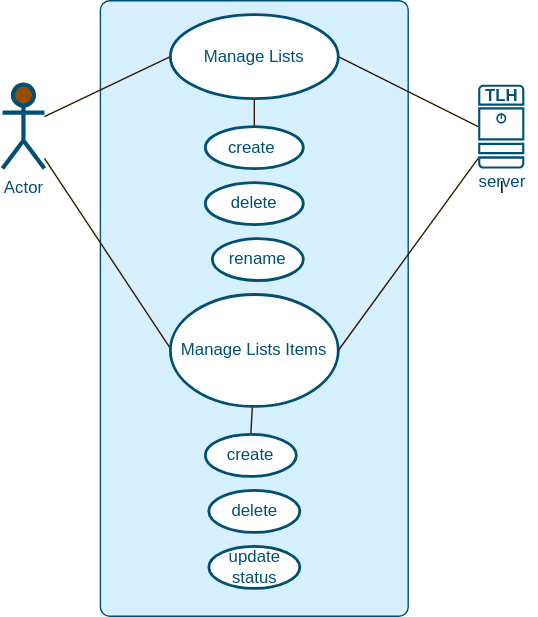
Above: user-model.drawio.svg in Leona-a/the-little-helper (draw.io), before the change. Source tidied: cells renumbered, new cells last; positions are measured from the earlier drawing's top-left corner, leaving out a move shared by most shapes.
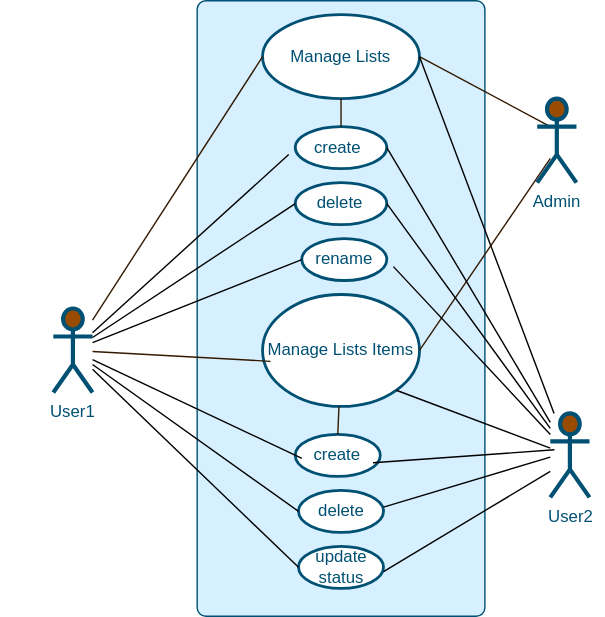
After the change.

Change to the diagram source:
```diff
@@ -2,68 +2,122 @@
   <root>
     <mxCell id="0" />
     <mxCell id="1" parent="0" />
+    <mxCell id="23" style="group;" parent="1" vertex="1">
+      <mxGeometry x="-60" y="30" width="430" height="440" as="geometry" />
+    </mxCell>
-    <mxCell id="2" style="rounded=1;whiteSpace=wrap;html=1;fontFamily=Helvetica;fontSize=12;fontColor=default;fillColor=#D6F0FF;gradientColor=none;strokeColor=#005073;arcSize=3;" parent="1" vertex="1">
-      <mxGeometry x="70" width="220" height="440" as="geometry" />
+    <mxCell id="2" style="rounded=1;whiteSpace=wrap;html=1;fontFamily=Helvetica;fontSize=12;fontColor=default;fillColor=#D6F0FF;gradientColor=none;strokeColor=#005073;arcSize=3;" parent="23" vertex="1">
+      <mxGeometry x="140.2" width="205.7" height="440" as="geometry" />
     </mxCell>
-    <mxCell id="3" style="edgeStyle=none;html=1;entryX=0;entryY=0.5;entryDx=0;entryDy=0;fontSize=12;fontColor=#005073;strokeColor=#331A00;endArrow=none;endFill=0;" parent="1" edge="1" source="5" target="8">
-      <mxGeometry relative="1" as="geometry" />
-    </mxCell>
-    <mxCell id="4" style="edgeStyle=none;shape=connector;rounded=1;html=1;entryX=0.051;entryY=0.597;entryDx=0;entryDy=0;entryPerimeter=0;labelBackgroundColor=default;fontFamily=Helvetica;fontSize=12;fontColor=default;endArrow=none;endFill=0;strokeColor=#331A00;" parent="1" edge="1" source="5" target="14">
-      <mxGeometry relative="1" as="geometry" />
-    </mxCell>
+    <mxCell id="24" style="edgeStyle=none;html=1;strokeColor=#000000;endArrow=none;endFill=0;" parent="23" edge="1" source="5">
+      <mxGeometry relative="1" as="geometry">
+        <mxPoint x="205.7" y="110" as="targetPoint" />
+      </mxGeometry>
+    </mxCell>
-    <mxCell id="5" value="Actor" style="shape=umlActor;verticalLabelPosition=bottom;verticalAlign=top;html=1;outlineConnect=0;strokeColor=#005073;fillColor=#994C00;strokeWidth=3;fontColor=#005073;" parent="1" vertex="1">
-      <mxGeometry y="60" width="30" height="60" as="geometry" />
+    <mxCell id="5" value="User1" style="shape=umlActor;verticalLabelPosition=bottom;verticalAlign=top;html=1;outlineConnect=0;strokeColor=#005073;fillColor=#994C00;strokeWidth=3;fontColor=#005073;" parent="23" vertex="1">
+      <mxGeometry x="37.4" y="220" width="28" height="60" as="geometry" />
     </mxCell>
-    <mxCell id="6" style="edgeStyle=none;shape=connector;rounded=1;html=1;entryX=0;entryY=0.5;entryDx=0;entryDy=0;entryPerimeter=0;labelBackgroundColor=default;fontFamily=Helvetica;fontSize=12;fontColor=#005073;endArrow=none;endFill=0;strokeColor=#331A00;exitX=1;exitY=0.5;exitDx=0;exitDy=0;" parent="1" edge="1" source="8" target="11">
-      <mxGeometry relative="1" as="geometry" />
+    <mxCell id="6" style="edgeStyle=none;shape=connector;rounded=1;html=1;entryX=0;entryY=0.5;entryDx=0;entryDy=0;entryPerimeter=0;labelBackgroundColor=default;fontFamily=Helvetica;fontSize=12;fontColor=#005073;endArrow=none;endFill=0;strokeColor=#331A00;exitX=1;exitY=0.5;exitDx=0;exitDy=0;" parent="23" edge="1" source="8">
+      <mxGeometry relative="1" as="geometry">
+        <mxPoint x="392.6" y="90" as="targetPoint" />
+      </mxGeometry>
     </mxCell>
-    <mxCell id="7" style="edgeStyle=none;shape=connector;rounded=1;html=1;entryX=0.5;entryY=0;entryDx=0;entryDy=0;labelBackgroundColor=default;fontFamily=Helvetica;fontSize=12;fontColor=default;endArrow=none;endFill=0;strokeColor=#331A00;" parent="1" edge="1" source="8" target="16">
-      <mxGeometry relative="1" as="geometry" />
-    </mxCell>
-    <mxCell id="8" value="&lt;font color=&quot;#005073&quot;&gt;Manage Lists&lt;/font&gt;" style="ellipse;whiteSpace=wrap;html=1;fillColor=#ffffff;strokeColor=#005073;strokeWidth=2;" parent="1" vertex="1">
-      <mxGeometry x="120" y="10" width="120" height="60" as="geometry" />
+    <mxCell id="8" value="&lt;font color=&quot;#005073&quot;&gt;Manage Lists&lt;/font&gt;" style="ellipse;whiteSpace=wrap;html=1;fillColor=#ffffff;strokeColor=#005073;strokeWidth=2;" parent="23" vertex="1">
+      <mxGeometry x="187" y="10" width="112.2" height="60" as="geometry" />
     </mxCell>
+    <mxCell id="3" style="edgeStyle=none;html=1;entryX=0;entryY=0.5;entryDx=0;entryDy=0;fontSize=12;fontColor=#005073;strokeColor=#331A00;endArrow=none;endFill=0;" parent="23" edge="1" source="5" target="8">
+      <mxGeometry relative="1" as="geometry" />
+    </mxCell>
-    <mxCell id="9" style="group;fontColor=#005073;" parent="1" vertex="1">
-      <mxGeometry x="340" y="60" width="33" height="60" as="geometry" />
+    <mxCell id="9" style="group;fontColor=#005073;" parent="23" vertex="1">
+      <mxGeometry x="392.6" y="60" width="30.8" height="63" as="geometry" />
     </mxCell>
-    <mxCell id="10" style="group;" parent="9" vertex="1">
-      <mxGeometry width="33" height="60" as="geometry" />
-    </mxCell>
-    <mxCell id="11" value="l" style="sketch=0;points=[[0.015,0.015,0],[0.985,0.015,0],[0.985,0.985,0],[0.015,0.985,0],[0.25,0,0],[0.5,0,0],[0.75,0,0],[1,0.25,0],[1,0.5,0],[1,0.75,0],[0.75,1,0],[0.5,1,0],[0.25,1,0],[0,0.75,0],[0,0.5,0],[0,0.25,0]];verticalLabelPosition=bottom;html=1;verticalAlign=top;align=center;shape=mxgraph.cisco19.server;fillColor=#005073;strokeColor=none;" parent="10" vertex="1">
-      <mxGeometry width="33" height="60" as="geometry" />
-    </mxCell>
-    <mxCell id="12" value="TLH" style="text;html=1;strokeColor=none;fillColor=none;align=center;verticalAlign=middle;whiteSpace=wrap;rounded=0;fontColor=#005073;fontStyle=1;fontSize=12;" parent="10" vertex="1">
-      <mxGeometry x="1.5" y="3" width="30" height="10" as="geometry" />
-    </mxCell>
-    <mxCell id="13" style="edgeStyle=none;shape=connector;rounded=1;html=1;entryX=0.5;entryY=0;entryDx=0;entryDy=0;labelBackgroundColor=default;fontFamily=Helvetica;fontSize=12;fontColor=default;endArrow=none;endFill=0;strokeColor=#331A00;" parent="1" edge="1" source="14" target="19">
-      <mxGeometry relative="1" as="geometry" />
-    </mxCell>
-    <mxCell id="14" value="&lt;font color=&quot;#005073&quot;&gt;Manage Lists Items&lt;/font&gt;" style="ellipse;whiteSpace=wrap;html=1;fillColor=#ffffff;strokeColor=#005073;strokeWidth=2;" parent="1" vertex="1">
-      <mxGeometry x="120" y="210" width="120" height="80" as="geometry" />
+    <mxCell id="14" value="&lt;font color=&quot;#005073&quot;&gt;Manage Lists Items&lt;/font&gt;" style="ellipse;whiteSpace=wrap;html=1;fillColor=#ffffff;strokeColor=#005073;strokeWidth=2;" parent="23" vertex="1">
+      <mxGeometry x="187" y="210" width="112.2" height="80" as="geometry" />
     </mxCell>
+    <mxCell id="4" style="edgeStyle=none;shape=connector;rounded=1;html=1;entryX=0.051;entryY=0.597;entryDx=0;entryDy=0;entryPerimeter=0;labelBackgroundColor=default;fontFamily=Helvetica;fontSize=12;fontColor=default;endArrow=none;endFill=0;strokeColor=#331A00;" parent="23" edge="1" source="5" target="14">
+      <mxGeometry relative="1" as="geometry" />
+    </mxCell>
-    <mxCell id="15" style="edgeStyle=none;shape=connector;rounded=1;html=1;entryX=1;entryY=0.5;entryDx=0;entryDy=0;labelBackgroundColor=default;fontFamily=Helvetica;fontSize=12;fontColor=default;endArrow=none;endFill=0;strokeColor=#331A00;" parent="1" edge="1" source="11" target="14">
-      <mxGeometry relative="1" as="geometry" />
+    <mxCell id="15" style="edgeStyle=none;shape=connector;rounded=1;html=1;entryX=1;entryY=0.5;entryDx=0;entryDy=0;labelBackgroundColor=default;fontFamily=Helvetica;fontSize=12;fontColor=default;endArrow=none;endFill=0;strokeColor=#331A00;" parent="23" edge="1" target="14">
+      <mxGeometry relative="1" as="geometry">
+        <mxPoint x="392.6" y="112.7" as="sourcePoint" />
+      </mxGeometry>
     </mxCell>
-    <mxCell id="16" value="&lt;font color=&quot;#005073&quot;&gt;create&lt;/font&gt;&lt;span style=&quot;color: rgba(0 , 0 , 0 , 0) ; font-family: monospace ; font-size: 0px&quot;&gt;%3CmxGraphModel%3E%3Croot%3E%3CmxCell%20id%3D%220%22%2F%3E%3CmxCell%20id%3D%221%22%20parent%3D%220%22%2F%3E%3CmxCell%20id%3D%222%22%20value%3D%22%26lt%3Bfont%20color%3D%26quot%3B%23005073%26quot%3B%26gt%3BManage%20Lists%26lt%3B%2Ffont%26gt%3B%22%20style%3D%22ellipse%3BwhiteSpace%3Dwrap%3Bhtml%3D1%3BfillColor%3D%23ffffff%3BstrokeColor%3D%23005073%3BstrokeWidth%3D2%3B%22%20vertex%3D%221%22%20parent%3D%221%22%3E%3CmxGeometry%20x%3D%22330%22%20y%3D%22140%22%20width%3D%22120%22%20height%3D%2280%22%20as%3D%22geometry%22%2F%3E%3C%2FmxCell%3E%3C%2Froot%3E%3C%2FmxGraphModel%3E&lt;/span&gt;" style="ellipse;whiteSpace=wrap;html=1;fillColor=#ffffff;strokeColor=#005073;strokeWidth=2;" parent="1" vertex="1">
-      <mxGeometry x="145" y="90" width="70" height="30" as="geometry" />
+    <mxCell id="16" value="&lt;font color=&quot;#005073&quot;&gt;create&lt;/font&gt;&lt;span style=&quot;color: rgba(0 , 0 , 0 , 0) ; font-family: monospace ; font-size: 0px&quot;&gt;%3CmxGraphModel%3E%3Croot%3E%3CmxCell%20id%3D%220%22%2F%3E%3CmxCell%20id%3D%221%22%20parent%3D%220%22%2F%3E%3CmxCell%20id%3D%222%22%20value%3D%22%26lt%3Bfont%20color%3D%26quot%3B%23005073%26quot%3B%26gt%3BManage%20Lists%26lt%3B%2Ffont%26gt%3B%22%20style%3D%22ellipse%3BwhiteSpace%3Dwrap%3Bhtml%3D1%3BfillColor%3D%23ffffff%3BstrokeColor%3D%23005073%3BstrokeWidth%3D2%3B%22%20vertex%3D%221%22%20parent%3D%221%22%3E%3CmxGeometry%20x%3D%22330%22%20y%3D%22140%22%20width%3D%22120%22%20height%3D%2280%22%20as%3D%22geometry%22%2F%3E%3C%2FmxCell%3E%3C%2Froot%3E%3C%2FmxGraphModel%3E&lt;/span&gt;" style="ellipse;whiteSpace=wrap;html=1;fillColor=#ffffff;strokeColor=#005073;strokeWidth=2;" parent="23" vertex="1">
+      <mxGeometry x="210.3" y="90" width="65.4" height="30" as="geometry" />
     </mxCell>
+    <mxCell id="7" style="edgeStyle=none;shape=connector;rounded=1;html=1;entryX=0.5;entryY=0;entryDx=0;entryDy=0;labelBackgroundColor=default;fontFamily=Helvetica;fontSize=12;fontColor=default;endArrow=none;endFill=0;strokeColor=#331A00;" parent="23" edge="1" source="8" target="16">
+      <mxGeometry relative="1" as="geometry" />
+    </mxCell>
-    <mxCell id="17" value="&lt;font color=&quot;#005073&quot;&gt;delete&lt;/font&gt;" style="ellipse;whiteSpace=wrap;html=1;fillColor=#ffffff;strokeColor=#005073;strokeWidth=2;" parent="1" vertex="1">
-      <mxGeometry x="145" y="130" width="70" height="30" as="geometry" />
+    <mxCell id="17" value="&lt;font color=&quot;#005073&quot;&gt;delete&lt;/font&gt;" style="ellipse;whiteSpace=wrap;html=1;fillColor=#ffffff;strokeColor=#005073;strokeWidth=2;" parent="23" vertex="1">
+      <mxGeometry x="210.3" y="130" width="65.4" height="30" as="geometry" />
     </mxCell>
+    <mxCell id="25" style="edgeStyle=none;html=1;entryX=0;entryY=0.5;entryDx=0;entryDy=0;endArrow=none;endFill=0;strokeColor=#000000;" parent="23" edge="1" source="5" target="17">
+      <mxGeometry relative="1" as="geometry" />
+    </mxCell>
-    <mxCell id="18" value="&lt;font color=&quot;#005073&quot;&gt;rename&lt;/font&gt;" style="ellipse;whiteSpace=wrap;html=1;fillColor=#ffffff;strokeColor=#005073;strokeWidth=2;" parent="1" vertex="1">
-      <mxGeometry x="150" y="170" width="65" height="30" as="geometry" />
+    <mxCell id="18" value="&lt;font color=&quot;#005073&quot;&gt;rename&lt;/font&gt;" style="ellipse;whiteSpace=wrap;html=1;fillColor=#ffffff;strokeColor=#005073;strokeWidth=2;" parent="23" vertex="1">
+      <mxGeometry x="215" y="170" width="60.8" height="30" as="geometry" />
     </mxCell>
+    <mxCell id="26" style="edgeStyle=none;html=1;entryX=0;entryY=0.5;entryDx=0;entryDy=0;endArrow=none;endFill=0;strokeColor=#000000;" parent="23" edge="1" source="5" target="18">
+      <mxGeometry relative="1" as="geometry" />
+    </mxCell>
-    <mxCell id="19" value="&lt;font color=&quot;#005073&quot;&gt;create&lt;/font&gt;" style="ellipse;whiteSpace=wrap;html=1;fillColor=#ffffff;strokeColor=#005073;strokeWidth=2;" parent="1" vertex="1">
-      <mxGeometry x="145" y="310" width="65" height="30" as="geometry" />
+    <mxCell id="19" value="&lt;font color=&quot;#005073&quot;&gt;create&lt;/font&gt;" style="ellipse;whiteSpace=wrap;html=1;fillColor=#ffffff;strokeColor=#005073;strokeWidth=2;" parent="23" vertex="1">
+      <mxGeometry x="210.3" y="310" width="60.8" height="30" as="geometry" />
     </mxCell>
+    <mxCell id="27" style="edgeStyle=none;html=1;entryX=0.078;entryY=0.571;entryDx=0;entryDy=0;entryPerimeter=0;endArrow=none;endFill=0;strokeColor=#000000;" parent="23" edge="1" source="5" target="19">
+      <mxGeometry relative="1" as="geometry" />
+    </mxCell>
+    <mxCell id="13" style="edgeStyle=none;shape=connector;rounded=1;html=1;entryX=0.5;entryY=0;entryDx=0;entryDy=0;labelBackgroundColor=default;fontFamily=Helvetica;fontSize=12;fontColor=default;endArrow=none;endFill=0;strokeColor=#331A00;" parent="23" edge="1" source="14" target="19">
+      <mxGeometry relative="1" as="geometry" />
+    </mxCell>
-    <mxCell id="20" value="&lt;font color=&quot;#005073&quot;&gt;delete&lt;/font&gt;" style="ellipse;whiteSpace=wrap;html=1;fillColor=#ffffff;strokeColor=#005073;strokeWidth=2;" parent="1" vertex="1">
-      <mxGeometry x="147.5" y="350" width="65" height="30" as="geometry" />
+    <mxCell id="20" value="&lt;font color=&quot;#005073&quot;&gt;delete&lt;/font&gt;" style="ellipse;whiteSpace=wrap;html=1;fillColor=#ffffff;strokeColor=#005073;strokeWidth=2;" parent="23" vertex="1">
+      <mxGeometry x="212.7" y="350" width="60.8" height="30" as="geometry" />
     </mxCell>
+    <mxCell id="28" style="edgeStyle=none;html=1;entryX=0;entryY=0.5;entryDx=0;entryDy=0;endArrow=none;endFill=0;strokeColor=#000000;" parent="23" edge="1" source="5" target="20">
+      <mxGeometry relative="1" as="geometry" />
+    </mxCell>
-    <mxCell id="21" value="&lt;font color=&quot;#005073&quot;&gt;update status&lt;/font&gt;" style="ellipse;whiteSpace=wrap;html=1;fillColor=#ffffff;strokeColor=#005073;strokeWidth=2;" parent="1" vertex="1">
-      <mxGeometry x="147.5" y="390" width="65" height="30" as="geometry" />
+    <mxCell id="21" value="&lt;font color=&quot;#005073&quot;&gt;update status&lt;/font&gt;" style="ellipse;whiteSpace=wrap;html=1;fillColor=#ffffff;strokeColor=#005073;strokeWidth=2;" parent="23" vertex="1">
+      <mxGeometry x="212.7" y="390" width="60.8" height="30" as="geometry" />
     </mxCell>
-    <mxCell id="22" value="server" style="text;html=1;align=center;verticalAlign=middle;strokeColor=none;fillColor=none;fontSize=12;fontFamily=Helvetica;fontColor=#005073;" parent="1" vertex="1">
-      <mxGeometry x="331.5" y="120" width="50" height="20" as="geometry" />
-    </mxCell>
+    <mxCell id="29" style="edgeStyle=none;html=1;entryX=0;entryY=0.5;entryDx=0;entryDy=0;endArrow=none;endFill=0;strokeColor=#000000;" parent="23" edge="1" source="5" target="21">
+      <mxGeometry relative="1" as="geometry" />
+    </mxCell>
+    <mxCell id="30" value="Admin" style="shape=umlActor;verticalLabelPosition=bottom;verticalAlign=top;html=1;strokeColor=#005073;fillColor=#994C00;strokeWidth=3;fontColor=#005073;" parent="23" vertex="1">
+      <mxGeometry x="383.3" y="70" width="28" height="60" as="geometry" />
+    </mxCell>
+    <mxCell id="31" style="edgeStyle=none;html=1;entryX=1;entryY=0.5;entryDx=0;entryDy=0;endArrow=none;endFill=0;strokeColor=#000000;" parent="23" edge="1">
+      <mxGeometry relative="1" as="geometry">
+        <mxPoint x="392.6" y="326.2" as="sourcePoint" />
+        <mxPoint x="273.4" y="362" as="targetPoint" />
+      </mxGeometry>
+    </mxCell>
+    <mxCell id="32" style="edgeStyle=none;html=1;entryX=1;entryY=1;entryDx=0;entryDy=0;endArrow=none;endFill=0;strokeColor=#000000;" parent="23" edge="1">
+      <mxGeometry relative="1" as="geometry">
+        <mxPoint x="395.6" y="321" as="sourcePoint" />
+        <mxPoint x="265.9" y="330.2" as="targetPoint" />
+      </mxGeometry>
+    </mxCell>
+    <mxCell id="33" style="edgeStyle=none;html=1;entryX=1;entryY=1;entryDx=0;entryDy=0;endArrow=none;endFill=0;strokeColor=#000000;" parent="23" edge="1" source="38" target="14">
+      <mxGeometry relative="1" as="geometry" />
+    </mxCell>
+    <mxCell id="34" style="edgeStyle=none;html=1;entryX=0.682;entryY=0.432;entryDx=0;entryDy=0;entryPerimeter=0;endArrow=none;endFill=0;strokeColor=#000000;" parent="23" edge="1" source="38" target="2">
+      <mxGeometry relative="1" as="geometry" />
+    </mxCell>
+    <mxCell id="35" style="edgeStyle=none;html=1;entryX=1;entryY=0.5;entryDx=0;entryDy=0;endArrow=none;endFill=0;strokeColor=#000000;" parent="23" edge="1" source="38" target="17">
+      <mxGeometry relative="1" as="geometry" />
+    </mxCell>
+    <mxCell id="36" style="edgeStyle=none;html=1;entryX=1;entryY=0.5;entryDx=0;entryDy=0;endArrow=none;endFill=0;strokeColor=#000000;" parent="23" edge="1" source="38" target="16">
+      <mxGeometry relative="1" as="geometry" />
+    </mxCell>
+    <mxCell id="37" style="edgeStyle=none;html=1;entryX=1;entryY=0.5;entryDx=0;entryDy=0;endArrow=none;endFill=0;strokeColor=#000000;" parent="23" edge="1" source="38" target="8">
+      <mxGeometry relative="1" as="geometry" />
+    </mxCell>
+    <mxCell id="38" value="User2" style="shape=umlActor;verticalLabelPosition=bottom;verticalAlign=top;html=1;outlineConnect=0;strokeColor=#005073;fillColor=#994C00;strokeWidth=3;fontColor=#005073;" parent="23" vertex="1">
+      <mxGeometry x="392.6" y="295" width="28" height="60" as="geometry" />
+    </mxCell>
+    <mxCell id="39" style="html=1;entryX=1;entryY=0.5;entryDx=0;entryDy=0;strokeColor=#000000;endArrow=none;endFill=0;" parent="23" edge="1">
+      <mxGeometry relative="1" as="geometry">
+        <mxPoint x="392.6" y="336.4" as="sourcePoint" />
+        <mxPoint x="273.4" y="408" as="targetPoint" />
+      </mxGeometry>
+    </mxCell>
   </root>
 </mxGraphModel>
```
